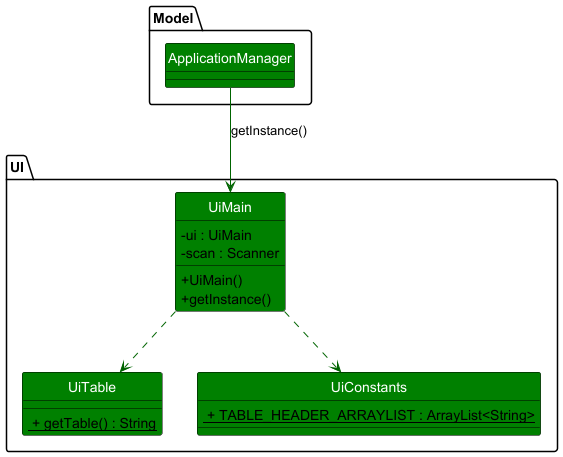
Above: docs/diagrams/class-diagrams/UI.png in irfandeen/tp (PlantUML), before the change.
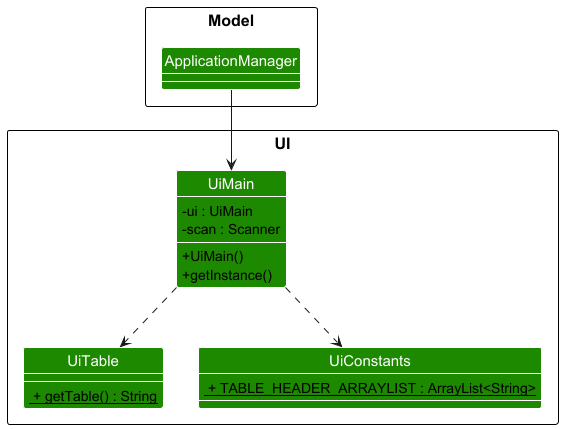
The same file after the commit.

What changed in the source:
```diff
@@ -1,15 +1,13 @@
 @startuml
 
+!include ../../style.puml
 skinparam ClassAttributeIconSize 0
-skinparam classBackgroundColor green
-skinparam classBorderColor black
-skinparam classArrowColor darkgreen
-skinparam classFontColor white
-hide circle
+skinparam classBackgroundColor UI_COLOR
 
 package Model {
     class ApplicationManager
 }
+
 
 package UI as UiPackage {
     class UiMain {
@@ -28,7 +26,7 @@
 }
 
 ApplicationManager << (X,#FFFFFF) >>
-ApplicationManager --> UiMain : getInstance()
+ApplicationManager --> UiMain
 
 UiMain ..> UiTable
 UiMain ..> UiConstants
```
